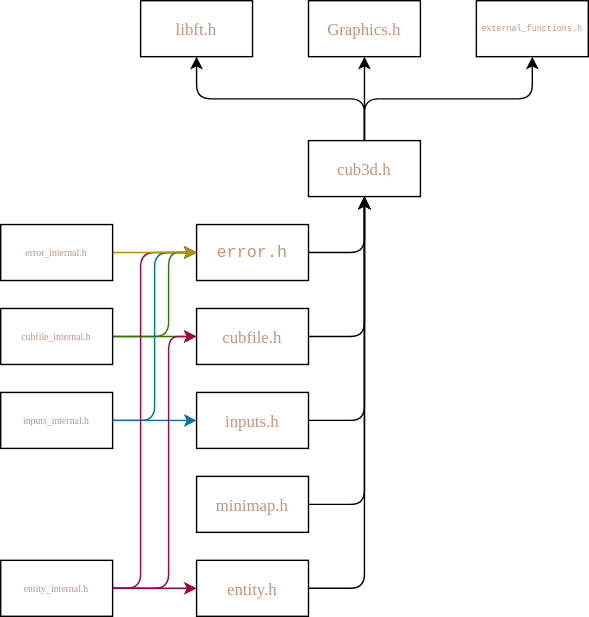
Thomas-Chqt/cub3d keeps this draw.io diagram as include_graph.drawio.svg. Above is the earlier version. Source tidied: cells renumbered, new cells last; positions are measured from the earlier drawing's top-left corner, leaving out a move shared by most shapes. The source it was exported from:
```xml
<mxGraphModel>
  <root>
    <mxCell id="0" />
    <mxCell id="1" parent="0" />
    <mxCell id="2" style="edgeStyle=elbowEdgeStyle;html=1;elbow=vertical;" parent="1" edge="1" source="5" target="6">
      <mxGeometry relative="1" as="geometry" />
    </mxCell>
    <mxCell id="3" style="edgeStyle=elbowEdgeStyle;html=1;elbow=vertical;" parent="1" edge="1" source="5" target="7">
      <mxGeometry relative="1" as="geometry" />
    </mxCell>
    <mxCell id="4" style="edgeStyle=elbowEdgeStyle;html=1;fontSize=5;elbow=vertical;" parent="1" edge="1" source="5" target="8">
      <mxGeometry relative="1" as="geometry" />
    </mxCell>
    <mxCell id="5" value="&lt;div style=&quot;color: rgb(204, 204, 204); font-weight: normal; font-size: 12px; line-height: 18px;&quot;&gt;&lt;div style=&quot;&quot;&gt;&lt;span style=&quot;color: rgb(206, 145, 120);&quot;&gt;&lt;font face=&quot;Fira Code&quot;&gt;cub3d.h&lt;/font&gt;&lt;/span&gt;&lt;/div&gt;&lt;/div&gt;" style="whiteSpace=wrap;html=1;labelBackgroundColor=none;labelBorderColor=none;" parent="1" vertex="1">
      <mxGeometry x="220" y="100" width="80" height="40" as="geometry" />
    </mxCell>
    <mxCell id="6" value="&lt;div style=&quot;color: rgb(204, 204, 204); font-weight: normal; font-size: 12px; line-height: 18px;&quot;&gt;&lt;div style=&quot;&quot;&gt;&lt;span style=&quot;color: rgb(206, 145, 120);&quot;&gt;&lt;font face=&quot;Fira Code&quot;&gt;libft.h&lt;/font&gt;&lt;/span&gt;&lt;/div&gt;&lt;/div&gt;" style="whiteSpace=wrap;html=1;labelBackgroundColor=none;labelBorderColor=none;" parent="1" vertex="1">
      <mxGeometry x="100" width="80" height="40" as="geometry" />
    </mxCell>
    <mxCell id="7" value="&lt;div style=&quot;color: rgb(204, 204, 204); font-weight: normal; font-size: 12px; line-height: 18px;&quot;&gt;&lt;div style=&quot;&quot;&gt;&lt;span style=&quot;color: rgb(206, 145, 120);&quot;&gt;&lt;font face=&quot;Fira Code&quot;&gt;Graphics.h&lt;/font&gt;&lt;/span&gt;&lt;/div&gt;&lt;/div&gt;" style="whiteSpace=wrap;html=1;labelBackgroundColor=none;labelBorderColor=none;" parent="1" vertex="1">
      <mxGeometry x="220" width="80" height="40" as="geometry" />
    </mxCell>
    <mxCell id="8" value="&lt;div style=&quot;color: rgb(204, 204, 204); font-weight: normal; font-size: 6px; line-height: 18px;&quot;&gt;&lt;div style=&quot;font-size: 6px;&quot;&gt;&lt;div style=&quot;font-family: &amp;quot;Fira Code&amp;quot;, Menlo, Monaco, &amp;quot;Courier New&amp;quot;, monospace; line-height: 18px; font-size: 6px;&quot;&gt;&lt;span style=&quot;color: rgb(206, 145, 120); font-size: 6px;&quot;&gt;external_functions.h&lt;/span&gt;&lt;/div&gt;&lt;/div&gt;&lt;/div&gt;" style="whiteSpace=wrap;html=1;labelBackgroundColor=none;labelBorderColor=none;fontSize=6;" parent="1" vertex="1">
      <mxGeometry x="340" width="80" height="40" as="geometry" />
    </mxCell>
    <mxCell id="9" style="edgeStyle=elbowEdgeStyle;html=1;exitX=1;exitY=0.5;exitDx=0;exitDy=0;" parent="1" edge="1" source="10" target="5">
      <mxGeometry relative="1" as="geometry">
        <Array as="points">
          <mxPoint x="260" y="250" />
        </Array>
      </mxGeometry>
    </mxCell>
    <mxCell id="10" value="&lt;div style=&quot;font-weight: normal; font-size: 12px; line-height: 18px;&quot;&gt;&lt;div style=&quot;&quot;&gt;&lt;font face=&quot;Fira Code&quot; color=&quot;#ce9178&quot;&gt;cubfile.h&lt;/font&gt;&lt;/div&gt;&lt;/div&gt;" style="whiteSpace=wrap;html=1;labelBackgroundColor=none;labelBorderColor=none;" parent="1" vertex="1">
      <mxGeometry x="140" y="220" width="80" height="40" as="geometry" />
    </mxCell>
    <mxCell id="11" style="html=1;exitX=1;exitY=0.5;exitDx=0;exitDy=0;entryX=0;entryY=0.5;entryDx=0;entryDy=0;edgeStyle=elbowEdgeStyle;fillColor=#60a917;strokeColor=#2D7600;" parent="1" edge="1" source="13" target="10">
      <mxGeometry relative="1" as="geometry" />
    </mxCell>
    <mxCell id="12" style="html=1;exitX=1;exitY=0.5;exitDx=0;exitDy=0;entryX=0;entryY=0.5;entryDx=0;entryDy=0;edgeStyle=elbowEdgeStyle;fillColor=#60a917;strokeColor=#2D7600;" parent="1" edge="1" source="13" target="15">
      <mxGeometry relative="1" as="geometry">
        <Array as="points">
          <mxPoint x="120" y="210" />
        </Array>
      </mxGeometry>
    </mxCell>
    <mxCell id="13" value="&lt;div style=&quot;font-weight: normal; font-size: 7px; line-height: 18px;&quot;&gt;&lt;div style=&quot;font-size: 7px;&quot;&gt;&lt;font face=&quot;Fira Code&quot; color=&quot;#ce9178&quot; style=&quot;font-size: 7px;&quot;&gt;cubfile_internal.h&lt;/font&gt;&lt;/div&gt;&lt;/div&gt;" style="whiteSpace=wrap;html=1;labelBackgroundColor=none;labelBorderColor=none;fontSize=7;" parent="1" vertex="1">
      <mxGeometry y="220" width="80" height="40" as="geometry" />
    </mxCell>
    <mxCell id="14" style="edgeStyle=elbowEdgeStyle;html=1;exitX=1;exitY=0.5;exitDx=0;exitDy=0;" parent="1" edge="1" source="15" target="5">
      <mxGeometry relative="1" as="geometry">
        <Array as="points">
          <mxPoint x="260" y="180" />
        </Array>
      </mxGeometry>
    </mxCell>
    <mxCell id="15" value="&lt;div style=&quot;font-weight: normal; font-size: 12px; line-height: 18px;&quot;&gt;&lt;div style=&quot;&quot;&gt;&lt;div style=&quot;color: rgb(204, 204, 204); font-family: &amp;quot;Fira Code&amp;quot;, Menlo, Monaco, &amp;quot;Courier New&amp;quot;, monospace; line-height: 18px;&quot;&gt;&lt;span style=&quot;color: #ce9178;&quot;&gt;error.h&lt;/span&gt;&lt;/div&gt;&lt;/div&gt;&lt;/div&gt;" style="whiteSpace=wrap;html=1;labelBackgroundColor=none;labelBorderColor=none;" parent="1" vertex="1">
      <mxGeometry x="140" y="160" width="80" height="40" as="geometry" />
    </mxCell>
    <mxCell id="16" style="edgeStyle=elbowEdgeStyle;html=1;exitX=1;exitY=0.5;exitDx=0;exitDy=0;" parent="1" edge="1" source="17" target="5">
      <mxGeometry relative="1" as="geometry">
        <Array as="points">
          <mxPoint x="260" y="300" />
          <mxPoint x="260" y="280" />
        </Array>
      </mxGeometry>
    </mxCell>
    <mxCell id="17" value="&lt;div style=&quot;font-weight: normal; font-size: 12px; line-height: 18px;&quot;&gt;&lt;div style=&quot;&quot;&gt;&lt;font face=&quot;Fira Code&quot; color=&quot;#ce9178&quot;&gt;inputs.h&lt;/font&gt;&lt;/div&gt;&lt;/div&gt;" style="whiteSpace=wrap;html=1;labelBackgroundColor=none;labelBorderColor=none;" parent="1" vertex="1">
      <mxGeometry x="140" y="280" width="80" height="40" as="geometry" />
    </mxCell>
    <mxCell id="18" style="edgeStyle=elbowEdgeStyle;elbow=vertical;html=1;exitX=1;exitY=0.5;exitDx=0;exitDy=0;entryX=0.5;entryY=1;entryDx=0;entryDy=0;" parent="1" edge="1" source="19" target="5">
      <mxGeometry relative="1" as="geometry">
        <Array as="points">
          <mxPoint x="240" y="360" />
        </Array>
      </mxGeometry>
    </mxCell>
    <mxCell id="19" value="&lt;div style=&quot;font-weight: normal; font-size: 12px; line-height: 18px;&quot;&gt;&lt;div style=&quot;&quot;&gt;&lt;font face=&quot;Fira Code&quot; color=&quot;#ce9178&quot;&gt;minimap.h&lt;/font&gt;&lt;/div&gt;&lt;/div&gt;" style="whiteSpace=wrap;html=1;labelBackgroundColor=none;labelBorderColor=none;" parent="1" vertex="1">
      <mxGeometry x="140" y="340" width="80" height="40" as="geometry" />
    </mxCell>
    <mxCell id="20" style="edgeStyle=elbowEdgeStyle;elbow=vertical;html=1;exitX=1;exitY=0.5;exitDx=0;exitDy=0;entryX=0.5;entryY=1;entryDx=0;entryDy=0;" parent="1" edge="1" source="21" target="5">
      <mxGeometry relative="1" as="geometry">
        <Array as="points">
          <mxPoint x="240" y="420" />
        </Array>
      </mxGeometry>
    </mxCell>
    <mxCell id="21" value="&lt;div style=&quot;font-weight: normal; font-size: 12px; line-height: 18px;&quot;&gt;&lt;div style=&quot;&quot;&gt;&lt;font face=&quot;Fira Code&quot; color=&quot;#ce9178&quot;&gt;entity.h&lt;/font&gt;&lt;/div&gt;&lt;/div&gt;" style="whiteSpace=wrap;html=1;labelBackgroundColor=none;labelBorderColor=none;" parent="1" vertex="1">
      <mxGeometry x="140" y="400" width="80" height="40" as="geometry" />
    </mxCell>
    <mxCell id="22" style="html=1;exitX=1;exitY=0.5;exitDx=0;exitDy=0;entryX=0;entryY=0.5;entryDx=0;entryDy=0;edgeStyle=elbowEdgeStyle;fillColor=#1ba1e2;strokeColor=#006EAF;" parent="1" edge="1" source="24" target="17">
      <mxGeometry relative="1" as="geometry" />
    </mxCell>
    <mxCell id="23" style="html=1;exitX=1;exitY=0.5;exitDx=0;exitDy=0;entryX=0;entryY=0.5;entryDx=0;entryDy=0;edgeStyle=elbowEdgeStyle;fillColor=#1ba1e2;strokeColor=#006EAF;" parent="1" edge="1" source="24" target="15">
      <mxGeometry relative="1" as="geometry" />
    </mxCell>
    <mxCell id="24" value="&lt;div style=&quot;font-weight: normal; font-size: 7px; line-height: 18px;&quot;&gt;&lt;div style=&quot;font-size: 7px;&quot;&gt;&lt;font face=&quot;Fira Code&quot; color=&quot;#ce9178&quot; style=&quot;font-size: 7px;&quot;&gt;inputs_internal.h&lt;/font&gt;&lt;/div&gt;&lt;/div&gt;" style="whiteSpace=wrap;html=1;labelBackgroundColor=none;labelBorderColor=none;fontSize=7;" parent="1" vertex="1">
      <mxGeometry y="280" width="80" height="40" as="geometry" />
    </mxCell>
    <mxCell id="25" style="edgeStyle=elbowEdgeStyle;html=1;exitX=1;exitY=0.5;exitDx=0;exitDy=0;entryX=0;entryY=0.5;entryDx=0;entryDy=0;fillColor=#d80073;strokeColor=#A50040;" parent="1" edge="1" source="28" target="15">
      <mxGeometry relative="1" as="geometry">
        <Array as="points">
          <mxPoint x="100" y="300" />
        </Array>
      </mxGeometry>
    </mxCell>
    <mxCell id="26" style="edgeStyle=elbowEdgeStyle;html=1;exitX=1;exitY=0.5;exitDx=0;exitDy=0;entryX=0;entryY=0.5;entryDx=0;entryDy=0;fillColor=#d80073;strokeColor=#A50040;" parent="1" edge="1" source="28" target="21">
      <mxGeometry relative="1" as="geometry" />
    </mxCell>
    <mxCell id="27" style="edgeStyle=elbowEdgeStyle;html=1;exitX=1;exitY=0.5;exitDx=0;exitDy=0;entryX=0;entryY=0.5;entryDx=0;entryDy=0;fillColor=#d80073;strokeColor=#A50040;" parent="1" edge="1" source="28" target="10">
      <mxGeometry relative="1" as="geometry">
        <Array as="points">
          <mxPoint x="120" y="330" />
        </Array>
      </mxGeometry>
    </mxCell>
    <mxCell id="28" value="&lt;div style=&quot;font-weight: normal; font-size: 7px; line-height: 18px;&quot;&gt;&lt;div style=&quot;font-size: 7px;&quot;&gt;&lt;font face=&quot;Fira Code&quot; color=&quot;#ce9178&quot; style=&quot;font-size: 7px;&quot;&gt;entity_internal.h&lt;/font&gt;&lt;/div&gt;&lt;/div&gt;" style="whiteSpace=wrap;html=1;labelBackgroundColor=none;labelBorderColor=none;fontSize=7;" parent="1" vertex="1">
      <mxGeometry y="400" width="80" height="40" as="geometry" />
    </mxCell>
    <mxCell id="29" style="edgeStyle=elbowEdgeStyle;html=1;exitX=1;exitY=0.5;exitDx=0;exitDy=0;entryX=0;entryY=0.5;entryDx=0;entryDy=0;fillColor=#e3c800;strokeColor=#B09500;" parent="1" edge="1" source="30" target="15">
      <mxGeometry relative="1" as="geometry" />
    </mxCell>
    <mxCell id="30" value="&lt;div style=&quot;font-weight: normal; font-size: 7px; line-height: 18px;&quot;&gt;&lt;div style=&quot;font-size: 7px;&quot;&gt;&lt;font face=&quot;Fira Code&quot; color=&quot;#ce9178&quot; style=&quot;font-size: 7px;&quot;&gt;error_internal.h&lt;/font&gt;&lt;/div&gt;&lt;/div&gt;" style="whiteSpace=wrap;html=1;labelBackgroundColor=none;labelBorderColor=none;fontSize=7;" parent="1" vertex="1">
      <mxGeometry y="160" width="80" height="40" as="geometry" />
    </mxCell>
  </root>
</mxGraphModel>
```
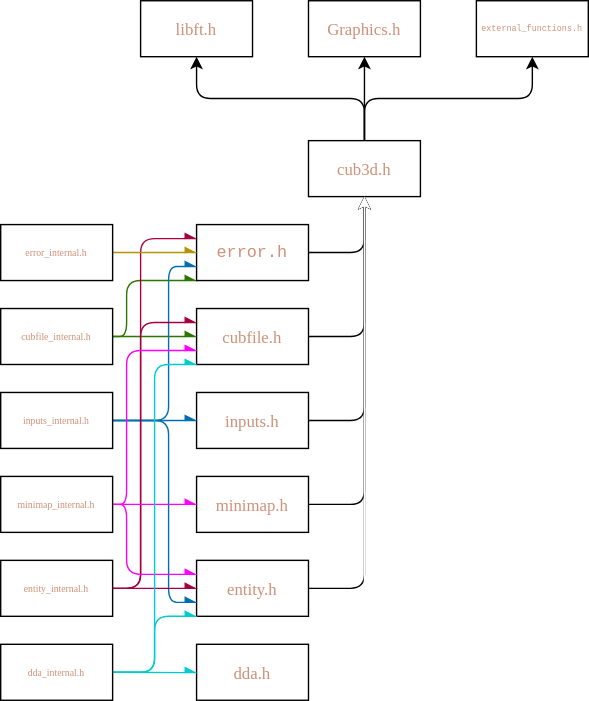
Above is the later version.

Diff of the diagram source:
```diff
@@ -33,13 +33,13 @@
     <mxCell id="10" value="&lt;div style=&quot;font-weight: normal; font-size: 12px; line-height: 18px;&quot;&gt;&lt;div style=&quot;&quot;&gt;&lt;font face=&quot;Fira Code&quot; color=&quot;#ce9178&quot;&gt;cubfile.h&lt;/font&gt;&lt;/div&gt;&lt;/div&gt;" style="whiteSpace=wrap;html=1;labelBackgroundColor=none;labelBorderColor=none;" parent="1" vertex="1">
       <mxGeometry x="140" y="220" width="80" height="40" as="geometry" />
     </mxCell>
-    <mxCell id="11" style="html=1;exitX=1;exitY=0.5;exitDx=0;exitDy=0;entryX=0;entryY=0.5;entryDx=0;entryDy=0;edgeStyle=elbowEdgeStyle;fillColor=#60a917;strokeColor=#2D7600;" parent="1" edge="1" source="13" target="10">
+    <mxCell id="11" style="html=1;exitX=1;exitY=0.5;exitDx=0;exitDy=0;entryX=0;entryY=0.5;entryDx=0;entryDy=0;edgeStyle=elbowEdgeStyle;fillColor=#60a917;strokeColor=#2D7600;endArrow=async;endFill=1;" parent="1" edge="1" source="13" target="10">
       <mxGeometry relative="1" as="geometry" />
     </mxCell>
-    <mxCell id="12" style="html=1;exitX=1;exitY=0.5;exitDx=0;exitDy=0;entryX=0;entryY=0.5;entryDx=0;entryDy=0;edgeStyle=elbowEdgeStyle;fillColor=#60a917;strokeColor=#2D7600;" parent="1" edge="1" source="13" target="15">
+    <mxCell id="12" style="html=1;exitX=1;exitY=0.5;exitDx=0;exitDy=0;entryX=0;entryY=1;entryDx=0;entryDy=0;edgeStyle=elbowEdgeStyle;fillColor=#60a917;strokeColor=#2D7600;endArrow=async;endFill=1;" parent="1" edge="1" source="13" target="15">
       <mxGeometry relative="1" as="geometry">
         <Array as="points">
-          <mxPoint x="120" y="210" />
+          <mxPoint x="90" y="220" />
         </Array>
       </mxGeometry>
     </mxCell>
@@ -87,28 +87,41 @@
     <mxCell id="21" value="&lt;div style=&quot;font-weight: normal; font-size: 12px; line-height: 18px;&quot;&gt;&lt;div style=&quot;&quot;&gt;&lt;font face=&quot;Fira Code&quot; color=&quot;#ce9178&quot;&gt;entity.h&lt;/font&gt;&lt;/div&gt;&lt;/div&gt;" style="whiteSpace=wrap;html=1;labelBackgroundColor=none;labelBorderColor=none;" parent="1" vertex="1">
       <mxGeometry x="140" y="400" width="80" height="40" as="geometry" />
     </mxCell>
-    <mxCell id="22" style="html=1;exitX=1;exitY=0.5;exitDx=0;exitDy=0;entryX=0;entryY=0.5;entryDx=0;entryDy=0;edgeStyle=elbowEdgeStyle;fillColor=#1ba1e2;strokeColor=#006EAF;" parent="1" edge="1" source="24" target="17">
+    <mxCell id="22" style="html=1;exitX=1;exitY=0.5;exitDx=0;exitDy=0;entryX=0;entryY=0.5;entryDx=0;entryDy=0;edgeStyle=elbowEdgeStyle;fillColor=#1ba1e2;strokeColor=#006EAF;endArrow=async;endFill=1;" parent="1" edge="1" source="24" target="17">
       <mxGeometry relative="1" as="geometry" />
     </mxCell>
-    <mxCell id="23" style="html=1;exitX=1;exitY=0.5;exitDx=0;exitDy=0;entryX=0;entryY=0.5;entryDx=0;entryDy=0;edgeStyle=elbowEdgeStyle;fillColor=#1ba1e2;strokeColor=#006EAF;" parent="1" edge="1" source="24" target="15">
-      <mxGeometry relative="1" as="geometry" />
+    <mxCell id="23" style="html=1;exitX=1;exitY=0.5;exitDx=0;exitDy=0;entryX=0;entryY=0.75;entryDx=0;entryDy=0;edgeStyle=elbowEdgeStyle;fillColor=#1ba1e2;strokeColor=#006EAF;endArrow=async;endFill=1;" parent="1" edge="1" source="24" target="15">
+      <mxGeometry relative="1" as="geometry">
+        <Array as="points">
+          <mxPoint x="120" y="250" />
+        </Array>
+      </mxGeometry>
     </mxCell>
+    <mxCell id="31" style="edgeStyle=elbowEdgeStyle;html=1;exitX=1;exitY=0.5;exitDx=0;exitDy=0;entryX=0;entryY=0.75;entryDx=0;entryDy=0;strokeColor=#006EAF;fillColor=#1ba1e2;endArrow=async;endFill=1;" parent="1" edge="1" source="24" target="21">
+      <mxGeometry relative="1" as="geometry">
+        <Array as="points">
+          <mxPoint x="120" y="370" />
+          <mxPoint x="80" y="360" />
+        </Array>
+      </mxGeometry>
+    </mxCell>
     <mxCell id="24" value="&lt;div style=&quot;font-weight: normal; font-size: 7px; line-height: 18px;&quot;&gt;&lt;div style=&quot;font-size: 7px;&quot;&gt;&lt;font face=&quot;Fira Code&quot; color=&quot;#ce9178&quot; style=&quot;font-size: 7px;&quot;&gt;inputs_internal.h&lt;/font&gt;&lt;/div&gt;&lt;/div&gt;" style="whiteSpace=wrap;html=1;labelBackgroundColor=none;labelBorderColor=none;fontSize=7;" parent="1" vertex="1">
       <mxGeometry y="280" width="80" height="40" as="geometry" />
     </mxCell>
-    <mxCell id="25" style="edgeStyle=elbowEdgeStyle;html=1;exitX=1;exitY=0.5;exitDx=0;exitDy=0;entryX=0;entryY=0.5;entryDx=0;entryDy=0;fillColor=#d80073;strokeColor=#A50040;" parent="1" edge="1" source="28" target="15">
+    <mxCell id="25" style="edgeStyle=elbowEdgeStyle;html=1;exitX=1;exitY=0.5;exitDx=0;exitDy=0;entryX=0;entryY=0.25;entryDx=0;entryDy=0;fillColor=#d80073;strokeColor=#A50040;endArrow=async;endFill=1;" parent="1" edge="1" source="28" target="15">
       <mxGeometry relative="1" as="geometry">
         <Array as="points">
           <mxPoint x="100" y="300" />
         </Array>
       </mxGeometry>
     </mxCell>
-    <mxCell id="26" style="edgeStyle=elbowEdgeStyle;html=1;exitX=1;exitY=0.5;exitDx=0;exitDy=0;entryX=0;entryY=0.5;entryDx=0;entryDy=0;fillColor=#d80073;strokeColor=#A50040;" parent="1" edge="1" source="28" target="21">
+    <mxCell id="26" style="edgeStyle=elbowEdgeStyle;html=1;exitX=1;exitY=0.5;exitDx=0;exitDy=0;entryX=0;entryY=0.5;entryDx=0;entryDy=0;fillColor=#d80073;strokeColor=#A50040;endArrow=async;endFill=1;" parent="1" edge="1" source="28" target="21">
       <mxGeometry relative="1" as="geometry" />
     </mxCell>
-    <mxCell id="27" style="edgeStyle=elbowEdgeStyle;html=1;exitX=1;exitY=0.5;exitDx=0;exitDy=0;entryX=0;entryY=0.5;entryDx=0;entryDy=0;fillColor=#d80073;strokeColor=#A50040;" parent="1" edge="1" source="28" target="10">
+    <mxCell id="27" style="edgeStyle=elbowEdgeStyle;html=1;exitX=1;exitY=0.5;exitDx=0;exitDy=0;entryX=0;entryY=0.25;entryDx=0;entryDy=0;fillColor=#d80073;strokeColor=#A50040;endArrow=async;endFill=1;" parent="1" edge="1" source="28" target="10">
       <mxGeometry relative="1" as="geometry">
         <Array as="points">
+          <mxPoint x="100" y="380" />
           <mxPoint x="120" y="330" />
         </Array>
       </mxGeometry>
@@ -116,11 +129,62 @@
     <mxCell id="28" value="&lt;div style=&quot;font-weight: normal; font-size: 7px; line-height: 18px;&quot;&gt;&lt;div style=&quot;font-size: 7px;&quot;&gt;&lt;font face=&quot;Fira Code&quot; color=&quot;#ce9178&quot; style=&quot;font-size: 7px;&quot;&gt;entity_internal.h&lt;/font&gt;&lt;/div&gt;&lt;/div&gt;" style="whiteSpace=wrap;html=1;labelBackgroundColor=none;labelBorderColor=none;fontSize=7;" parent="1" vertex="1">
       <mxGeometry y="400" width="80" height="40" as="geometry" />
     </mxCell>
-    <mxCell id="29" style="edgeStyle=elbowEdgeStyle;html=1;exitX=1;exitY=0.5;exitDx=0;exitDy=0;entryX=0;entryY=0.5;entryDx=0;entryDy=0;fillColor=#e3c800;strokeColor=#B09500;" parent="1" edge="1" source="30" target="15">
+    <mxCell id="29" style="edgeStyle=elbowEdgeStyle;html=1;exitX=1;exitY=0.5;exitDx=0;exitDy=0;entryX=0;entryY=0.5;entryDx=0;entryDy=0;fillColor=#e3c800;strokeColor=#B09500;endArrow=async;endFill=1;" parent="1" edge="1" source="30" target="15">
       <mxGeometry relative="1" as="geometry" />
     </mxCell>
     <mxCell id="30" value="&lt;div style=&quot;font-weight: normal; font-size: 7px; line-height: 18px;&quot;&gt;&lt;div style=&quot;font-size: 7px;&quot;&gt;&lt;font face=&quot;Fira Code&quot; color=&quot;#ce9178&quot; style=&quot;font-size: 7px;&quot;&gt;error_internal.h&lt;/font&gt;&lt;/div&gt;&lt;/div&gt;" style="whiteSpace=wrap;html=1;labelBackgroundColor=none;labelBorderColor=none;fontSize=7;" parent="1" vertex="1">
       <mxGeometry y="160" width="80" height="40" as="geometry" />
     </mxCell>
+    <mxCell id="32" style="edgeStyle=elbowEdgeStyle;html=1;exitX=1;exitY=0.5;exitDx=0;exitDy=0;entryX=0;entryY=0.5;entryDx=0;entryDy=0;fillColor=#6a00ff;strokeColor=#FF00FF;endArrow=async;endFill=1;" parent="1" edge="1" source="35" target="19">
+      <mxGeometry relative="1" as="geometry" />
+    </mxCell>
+    <mxCell id="33" style="edgeStyle=elbowEdgeStyle;html=1;exitX=1;exitY=0.5;exitDx=0;exitDy=0;entryX=0;entryY=0.75;entryDx=0;entryDy=0;fillColor=#6a00ff;strokeColor=#FF00FF;endArrow=async;endFill=1;" parent="1" edge="1" source="35" target="10">
+      <mxGeometry relative="1" as="geometry">
+        <Array as="points">
+          <mxPoint x="90" y="320" />
+        </Array>
+      </mxGeometry>
+    </mxCell>
+    <mxCell id="34" style="edgeStyle=elbowEdgeStyle;html=1;exitX=1;exitY=0.5;exitDx=0;exitDy=0;entryX=0;entryY=0.25;entryDx=0;entryDy=0;strokeColor=#FF00FF;endArrow=async;endFill=1;" parent="1" edge="1" source="35" target="21">
+      <mxGeometry relative="1" as="geometry">
+        <Array as="points">
+          <mxPoint x="90" y="390" />
+        </Array>
+      </mxGeometry>
+    </mxCell>
+    <mxCell id="35" value="&lt;div style=&quot;font-weight: normal; font-size: 7px; line-height: 18px;&quot;&gt;&lt;div style=&quot;font-size: 7px;&quot;&gt;&lt;font face=&quot;Fira Code&quot; color=&quot;#ce9178&quot; style=&quot;font-size: 7px;&quot;&gt;minimap_internal.h&lt;/font&gt;&lt;/div&gt;&lt;/div&gt;" style="whiteSpace=wrap;html=1;labelBackgroundColor=none;labelBorderColor=none;fontSize=7;" parent="1" vertex="1">
+      <mxGeometry y="340" width="80" height="40" as="geometry" />
+    </mxCell>
+    <mxCell id="36" style="edgeStyle=elbowEdgeStyle;html=1;exitX=1;exitY=0.5;exitDx=0;exitDy=0;entryX=0.5;entryY=1;entryDx=0;entryDy=0;strokeColor=#FFFFFF;elbow=vertical;fillColor=#FFFFFF;" parent="1" edge="1" source="37" target="5">
+      <mxGeometry relative="1" as="geometry">
+        <Array as="points">
+          <mxPoint x="240" y="480" />
+        </Array>
+      </mxGeometry>
+    </mxCell>
+    <mxCell id="37" value="&lt;div style=&quot;font-weight: normal; font-size: 12px; line-height: 18px;&quot;&gt;&lt;div style=&quot;&quot;&gt;&lt;font face=&quot;Fira Code&quot; color=&quot;#ce9178&quot;&gt;dda.h&lt;/font&gt;&lt;/div&gt;&lt;/div&gt;" style="whiteSpace=wrap;html=1;labelBackgroundColor=none;labelBorderColor=none;" parent="1" vertex="1">
+      <mxGeometry x="140" y="460" width="80" height="40" as="geometry" />
+    </mxCell>
+    <mxCell id="38" style="edgeStyle=elbowEdgeStyle;elbow=vertical;html=1;exitX=1;exitY=0.5;exitDx=0;exitDy=0;entryX=0;entryY=0.5;entryDx=0;entryDy=0;strokeColor=#00CCCC;fillColor=#f8cecc;gradientColor=#ea6b66;endArrow=async;endFill=1;" parent="1" edge="1" source="41" target="37">
+      <mxGeometry relative="1" as="geometry" />
+    </mxCell>
+    <mxCell id="39" style="edgeStyle=elbowEdgeStyle;html=1;exitX=1;exitY=0.5;exitDx=0;exitDy=0;entryX=0;entryY=1;entryDx=0;entryDy=0;strokeColor=#00CCCC;fillColor=#f8cecc;gradientColor=#ea6b66;endArrow=async;endFill=1;" parent="1" edge="1" source="41" target="21">
+      <mxGeometry relative="1" as="geometry">
+        <Array as="points">
+          <mxPoint x="110" y="460" />
+        </Array>
+      </mxGeometry>
+    </mxCell>
+    <mxCell id="40" style="edgeStyle=elbowEdgeStyle;html=1;exitX=1;exitY=0.5;exitDx=0;exitDy=0;entryX=0;entryY=1;entryDx=0;entryDy=0;strokeColor=#00CCCC;fillColor=#f8cecc;gradientColor=#ea6b66;endArrow=async;endFill=1;" parent="1" edge="1" source="41" target="10">
+      <mxGeometry relative="1" as="geometry">
+        <Array as="points">
+          <mxPoint x="110" y="370" />
+          <mxPoint x="70" y="360" />
+        </Array>
+      </mxGeometry>
+    </mxCell>
+    <mxCell id="41" value="&lt;div style=&quot;font-weight: normal; font-size: 7px; line-height: 18px;&quot;&gt;&lt;div style=&quot;font-size: 7px;&quot;&gt;&lt;font face=&quot;Fira Code&quot; color=&quot;#ce9178&quot; style=&quot;font-size: 7px;&quot;&gt;dda_internal.h&lt;/font&gt;&lt;/div&gt;&lt;/div&gt;" style="whiteSpace=wrap;html=1;labelBackgroundColor=none;labelBorderColor=none;fontSize=7;" parent="1" vertex="1">
+      <mxGeometry y="460" width="80" height="40" as="geometry" />
+    </mxCell>
   </root>
 </mxGraphModel>
```
